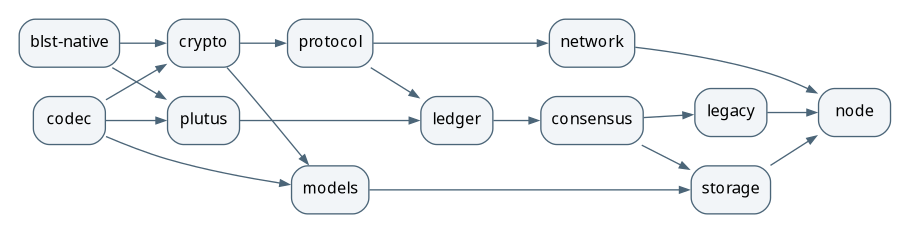
This is docs/assets/modules.png from KD5UJC-XYZ/scarab, a Graphviz export, as it was before one commit. Its source is kept beside it as docs/assets/modules.dot.
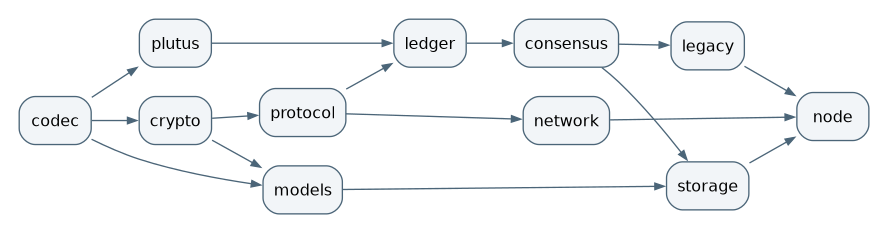
The same diagram one commit later.

Diff of the diagram source:
```diff
@@ -2,9 +2,6 @@
   graph [rankdir=LR, bgcolor="white", pad="0.2", nodesep="0.3", ranksep="0.5"];
   node [shape=box, style="rounded,filled", fillcolor="#f2f5f8", color="#4b6578", fontname="DejaVu Sans", fontsize=12];
   edge [color="#4b6578", arrowsize=0.7];
-  blst [label="blst-native"];
-  blst -> crypto;
-  blst -> plutus;
   codec -> crypto;
   codec -> plutus;
   codec -> models;
```
